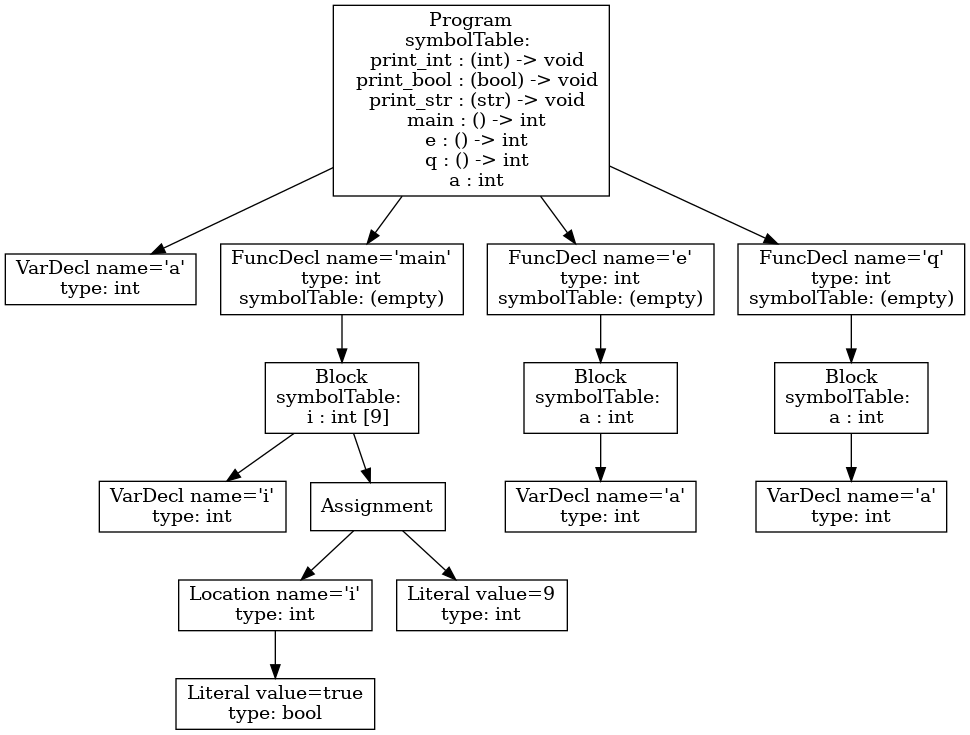
This is ast.png from vtstew/p3-analysis, a Graphviz export, as it was before one commit. Its source is kept beside it as ast.dot.
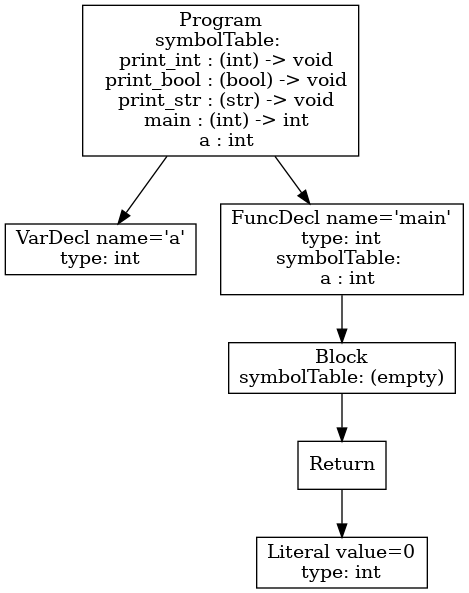
After the change.

Diff of the diagram source:
```diff
@@ -1,31 +1,13 @@
 digraph AST {
 1 [shape=box, label="VarDecl name='a'\ntype: int"];
-4 [shape=box, label="VarDecl name='i'\ntype: int"];
-7 [shape=box, label="Literal value=true\ntype: bool"];
-6 [shape=box, label="Location name='i'\ntype: int"];
-6 -> 7;
-8 [shape=box, label="Literal value=9\ntype: int"];
-5 [shape=box, label="Assignment"];
-5 -> 6;
-5 -> 8;
-3 [shape=box, label="Block\nsymbolTable: \n  i : int [9]"];
+5 [shape=box, label="Literal value=0\ntype: int"];
+4 [shape=box, label="Return"];
+4 -> 5;
+3 [shape=box, label="Block\nsymbolTable: (empty)"];
 3 -> 4;
-3 -> 5;
-2 [shape=box, label="FuncDecl name='main'\ntype: int\nsymbolTable: (empty)"];
+2 [shape=box, label="FuncDecl name='main'\ntype: int\nsymbolTable: \n  a : int"];
 2 -> 3;
-11 [shape=box, label="VarDecl name='a'\ntype: int"];
-10 [shape=box, label="Block\nsymbolTable: \n  a : int"];
-10 -> 11;
-9 [shape=box, label="FuncDecl name='e'\ntype: int\nsymbolTable: (empty)"];
-9 -> 10;
-14 [shape=box, label="VarDecl name='a'\ntype: int"];
-13 [shape=box, label="Block\nsymbolTable: \n  a : int"];
-13 -> 14;
-12 [shape=box, label="FuncDecl name='q'\ntype: int\nsymbolTable: (empty)"];
-12 -> 13;
-0 [shape=box, label="Program\nsymbolTable: \n  print_int : (int) -> void\n  print_bool : (bool) -> void\n  print_str : (str) -> void\n  main : () -> int\n  e : () -> int\n  q : () -> int\n  a : int"];
+0 [shape=box, label="Program\nsymbolTable: \n  print_int : (int) -> void\n  print_bool : (bool) -> void\n  print_str : (str) -> void\n  main : (int) -> int\n  a : int"];
 0 -> 1;
 0 -> 2;
-0 -> 9;
-0 -> 12;
 }
```
